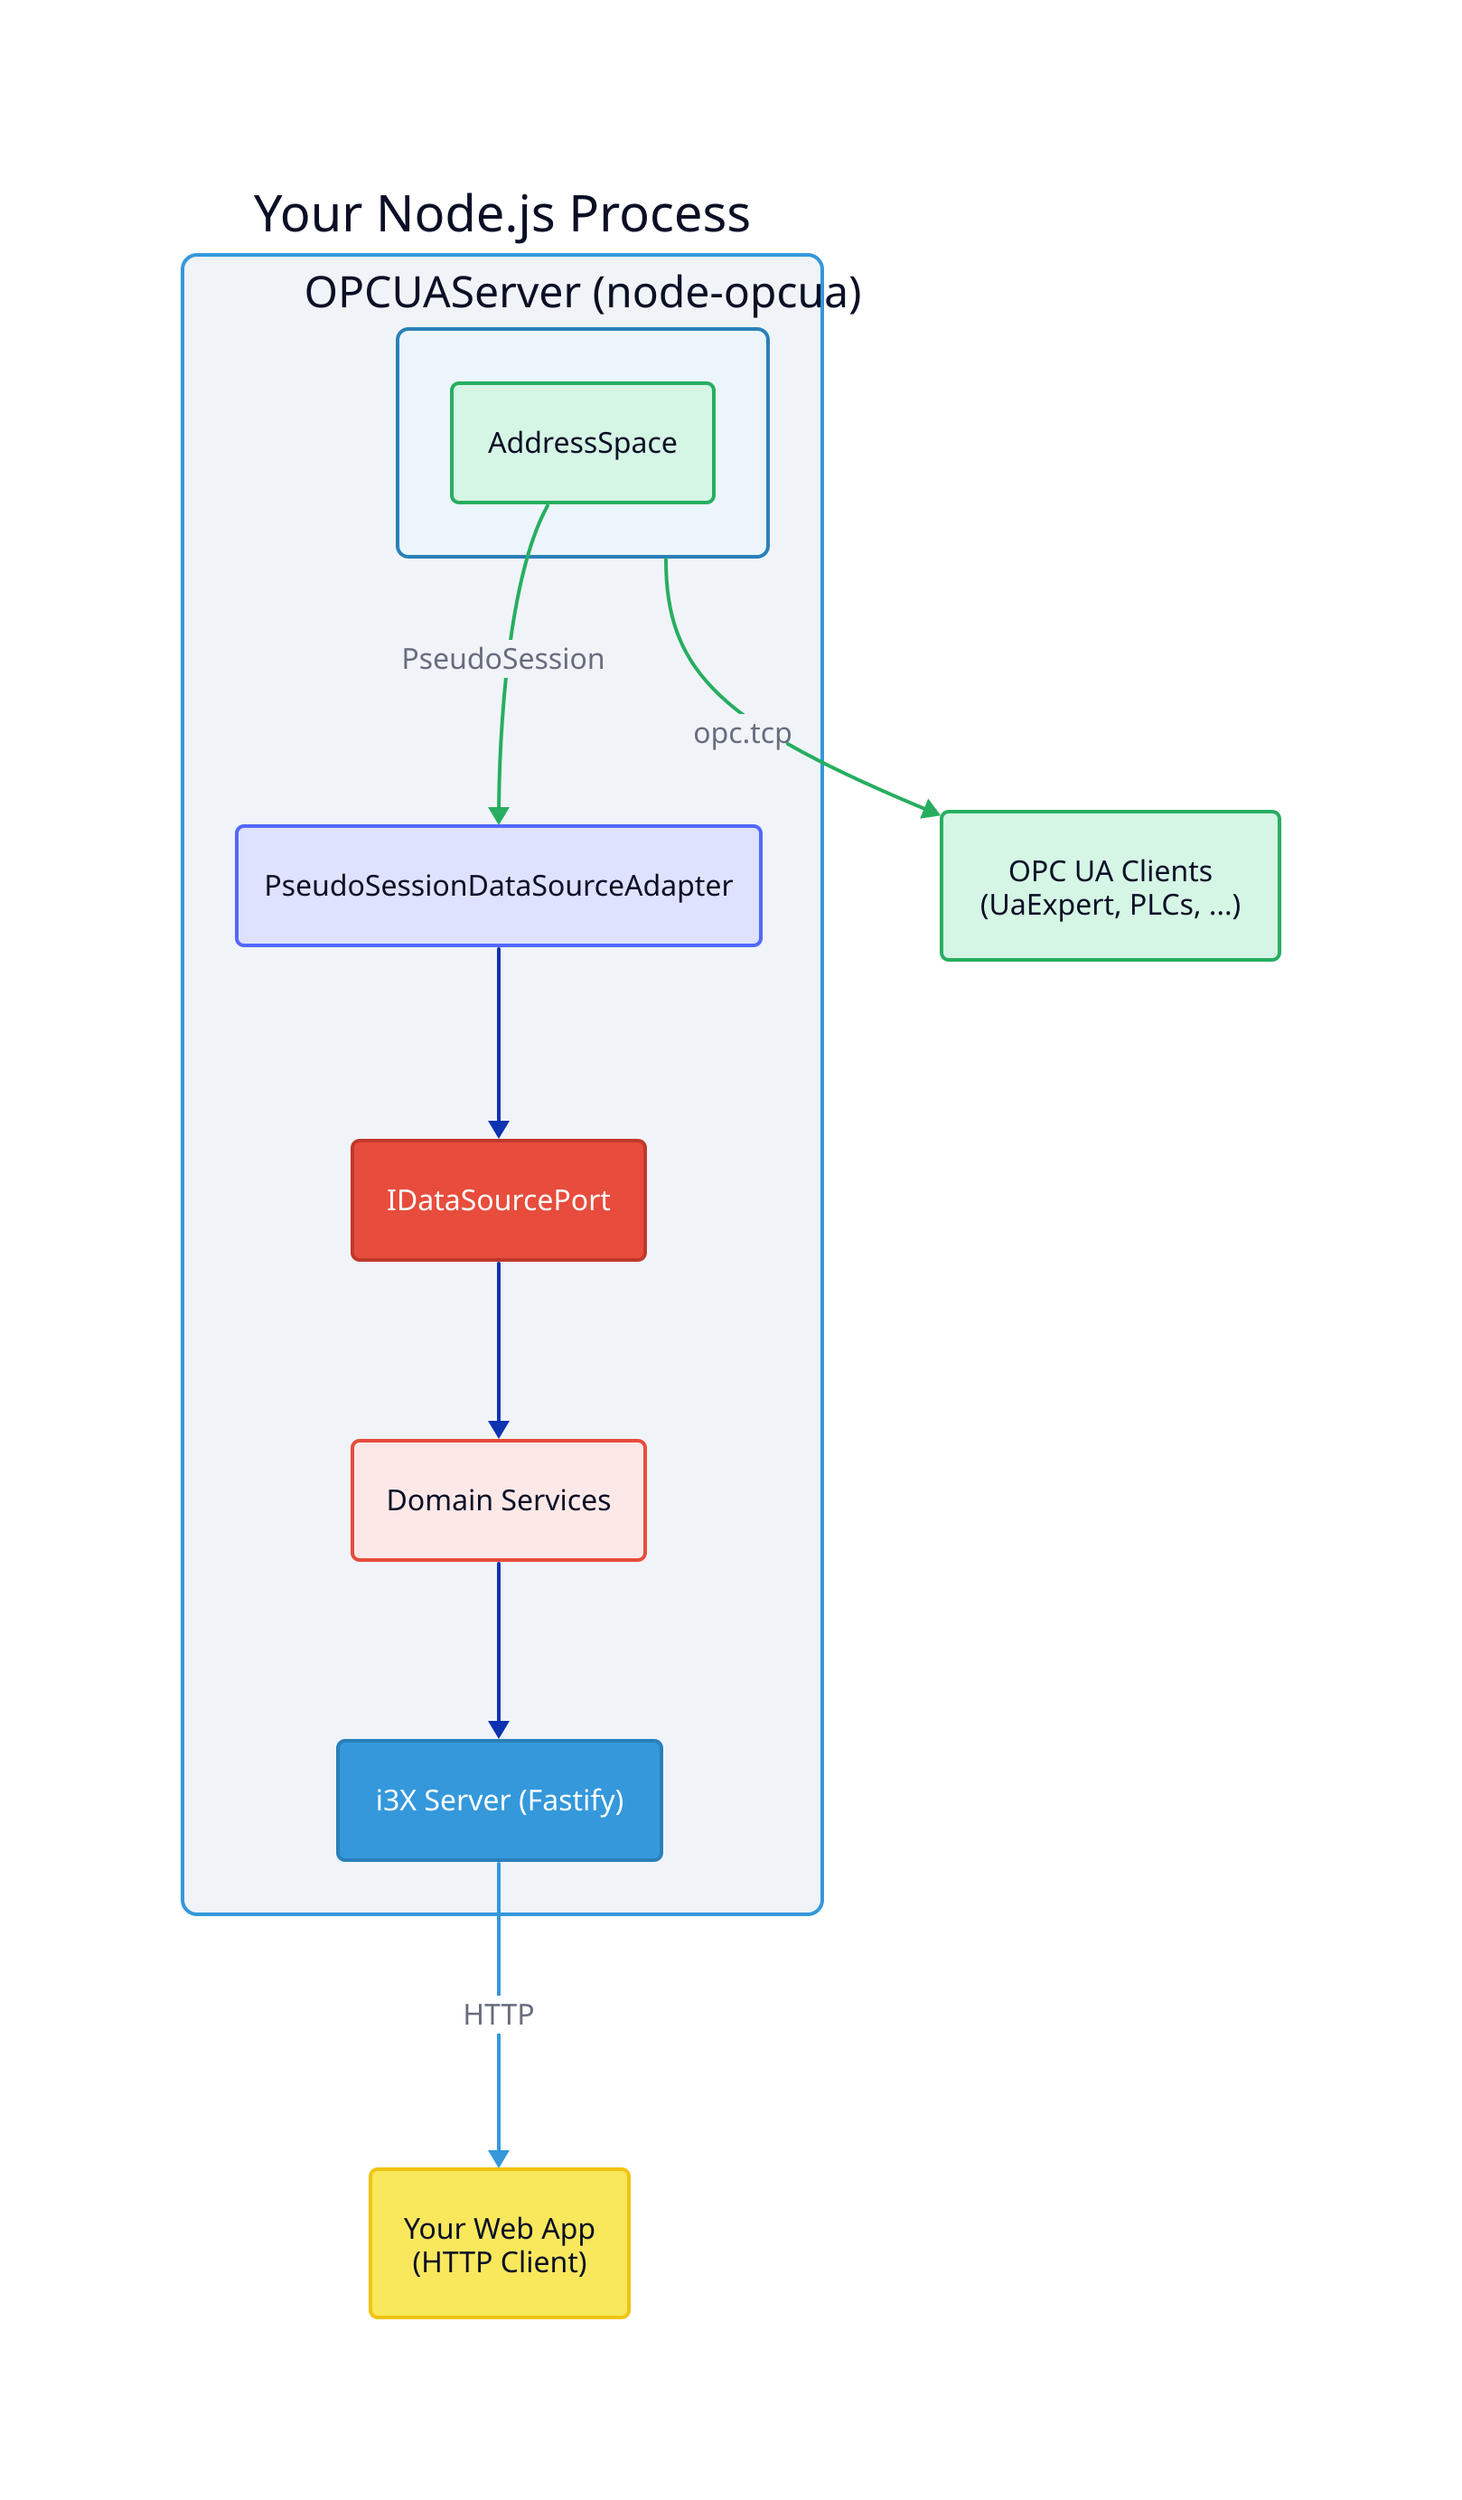
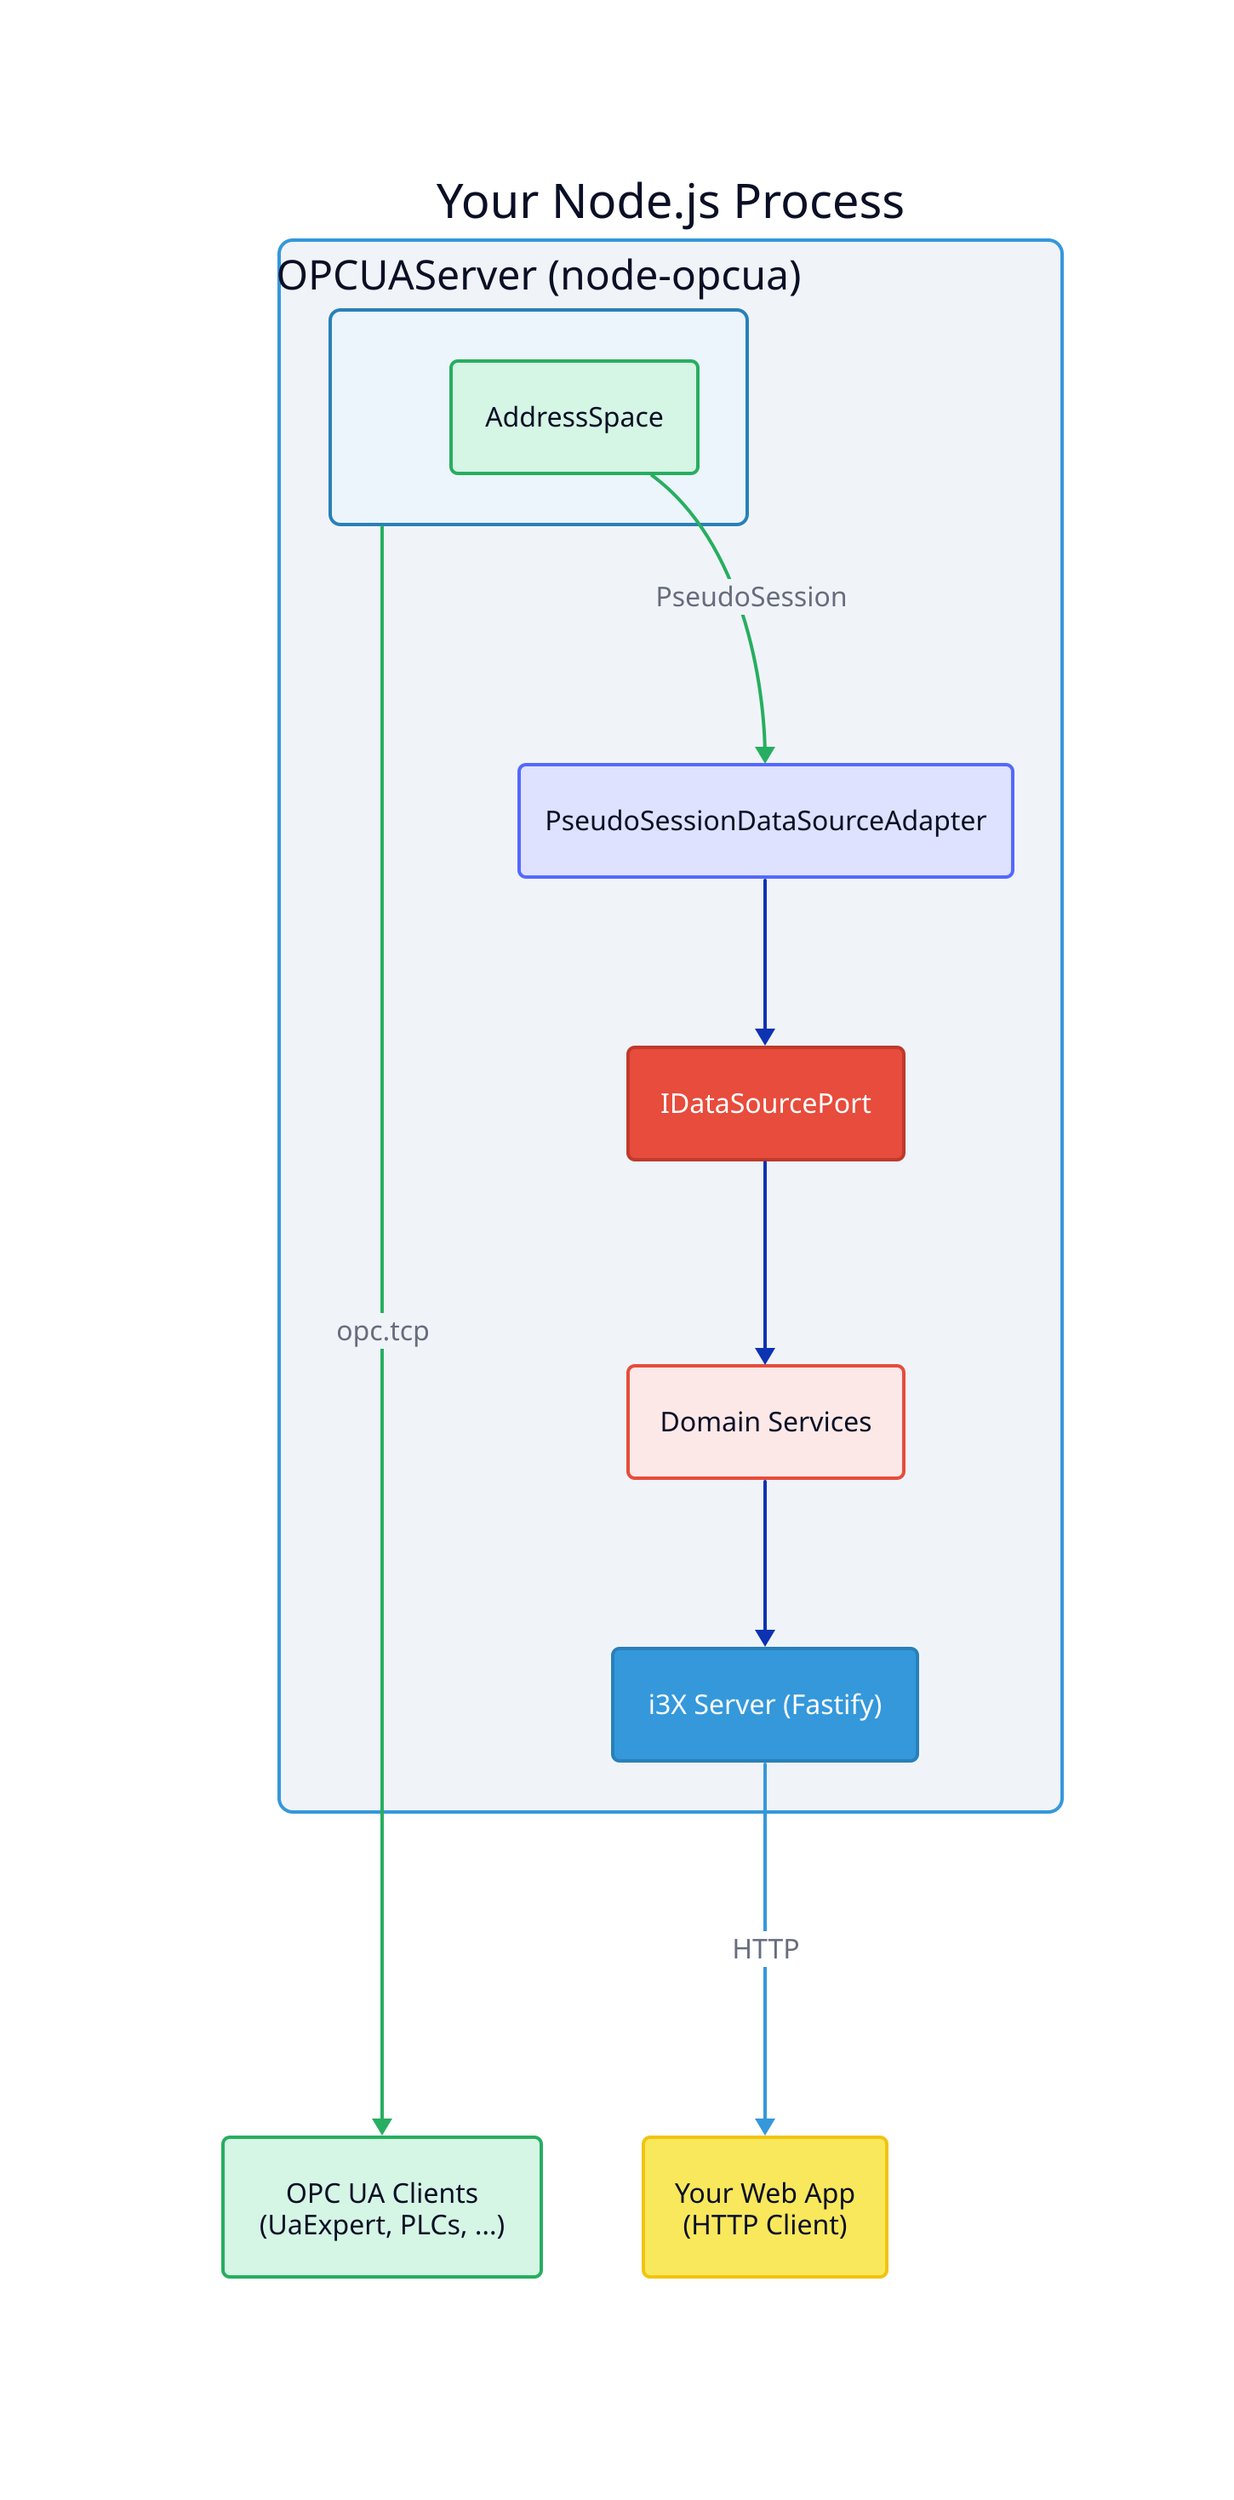
direction: down

process: Your Node.js Process {
  style.fill: "#f0f4f8"
  style.stroke: "#3498db"
  style.stroke-width: 2
  style.border-radius: 8

  opcua: OPCUAServer (node-opcua) {
    style.fill: "#ebf5fb"
    style.stroke: "#2980b9"
    style.stroke-width: 2
    style.border-radius: 6

    as: AddressSpace {
      style.fill: "#d5f5e5"
      style.stroke: "#27ae60"
      style.border-radius: 4
    }
  }

  adapter: PseudoSessionDataSourceAdapter {
    style.fill: "#dee2ff"
    style.stroke: "#5468ff"
    style.border-radius: 4
  }

  port: IDataSourcePort {
    style.fill: "#e74c3c"
    style.stroke: "#c0392b"
    style.font-color: "#fff"
    style.bold: true
    style.border-radius: 4
  }

  services: Domain Services {
    style.fill: "#fde8e8"
    style.stroke: "#e74c3c"
    style.border-radius: 4
  }

  i3x: i3X Server (Fastify) {
    style.fill: "#3498db"
    style.stroke: "#2980b9"
    style.font-color: "#fff"
    style.bold: true
    style.border-radius: 4
  }

  opcua.as -> adapter: PseudoSession {
    style.stroke: "#27ae60"
  }
  adapter -> port
  port -> services
  services -> i3x
}

- ext: "OPC UA Clients\n(UaExpert, PLCs, ...)" {
-   style.fill: "#d5f5e5"
-   style.stroke: "#27ae60"
-   style.border-radius: 4
+ consumers: " " {
+   direction: right
+   style.fill: "transparent"
+   style.stroke: "transparent"
+ 
+   ext: "OPC UA Clients\n(UaExpert, PLCs, ...)" {
+     style.fill: "#d5f5e5"
+     style.stroke: "#27ae60"
+     style.border-radius: 4
+   }
+ 
+   client: "Your Web App\n(HTTP Client)" {
+     style.fill: "#f9e85c"
+     style.stroke: "#f1c40f"
+     style.border-radius: 4
+   }
}

- client: "Your Web App\n(HTTP Client)" {
-   style.fill: "#f9e85c"
-   style.stroke: "#f1c40f"
-   style.border-radius: 4
- }
- 
- process.opcua -> ext: opc.tcp {
+ process.opcua -> consumers.ext: opc.tcp {
  style.stroke: "#27ae60"
  style.stroke-width: 2
}
- process.i3x -> client: HTTP {
+ process.i3x -> consumers.client: HTTP {
  style.stroke: "#3498db"
  style.stroke-width: 2
}
